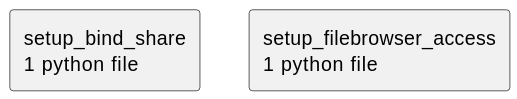
casonk/snowbridge keeps this PlantUML diagram as docs/diagrams/python-packages.puml.svg. Above is the earlier version. Its diagram source:
```plantuml
@startuml
set namespaceSeparator none
top to bottom direction
skinparam componentStyle rectangle
rectangle "setup_bind_share\n1 python file" as setup_bind_share
rectangle "setup_filebrowser_access\n1 python file" as setup_filebrowser_access
@enduml
```
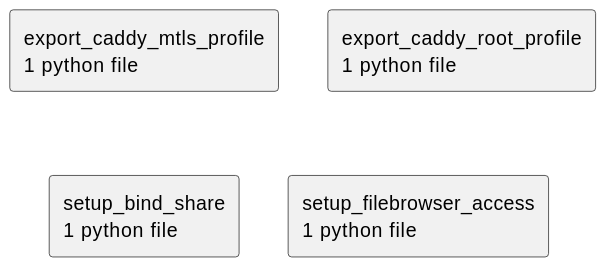
After the change.

Change to the diagram source:
```diff
@@ -2,6 +2,8 @@
 set namespaceSeparator none
 top to bottom direction
 skinparam componentStyle rectangle
+rectangle "export_caddy_mtls_profile\n1 python file" as export_caddy_mtls_profile
+rectangle "export_caddy_root_profile\n1 python file" as export_caddy_root_profile
 rectangle "setup_bind_share\n1 python file" as setup_bind_share
 rectangle "setup_filebrowser_access\n1 python file" as setup_filebrowser_access
 @enduml
```
